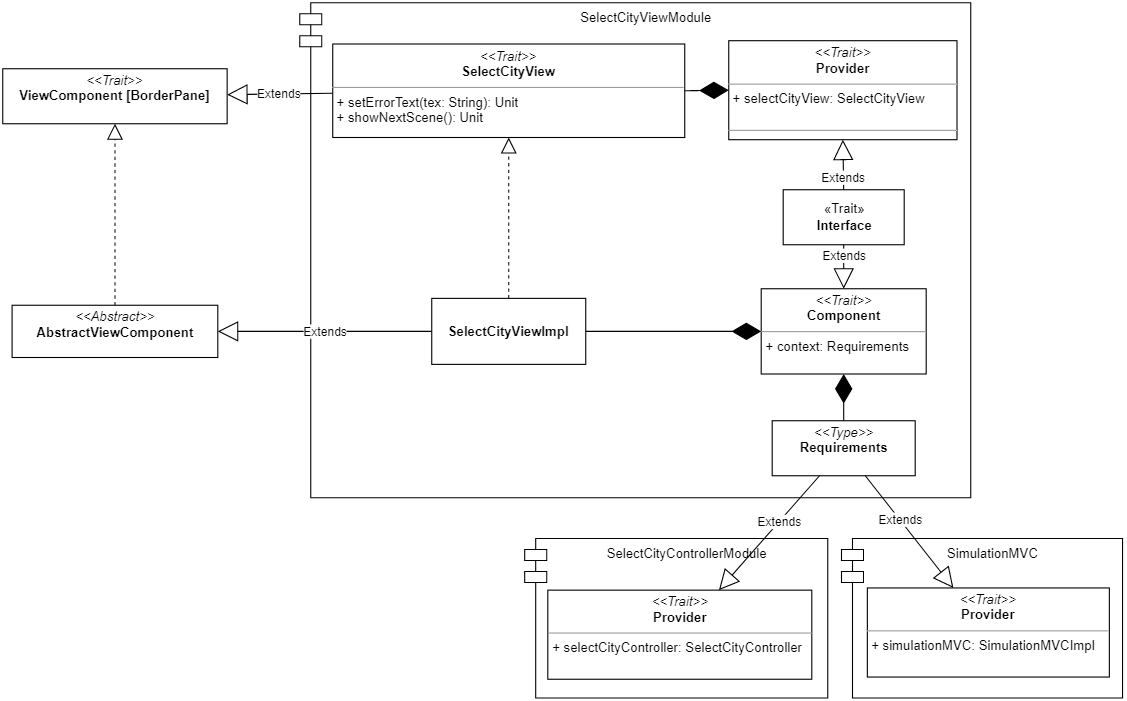
The draw.io diagram docs/img/select_city_view.png in AnnaVitali/PPS-22-smartgh, before a commit. Source tidied: cells renumbered, new cells last; positions are measured from the earlier drawing's top-left corner, leaving out a move shared by most shapes.
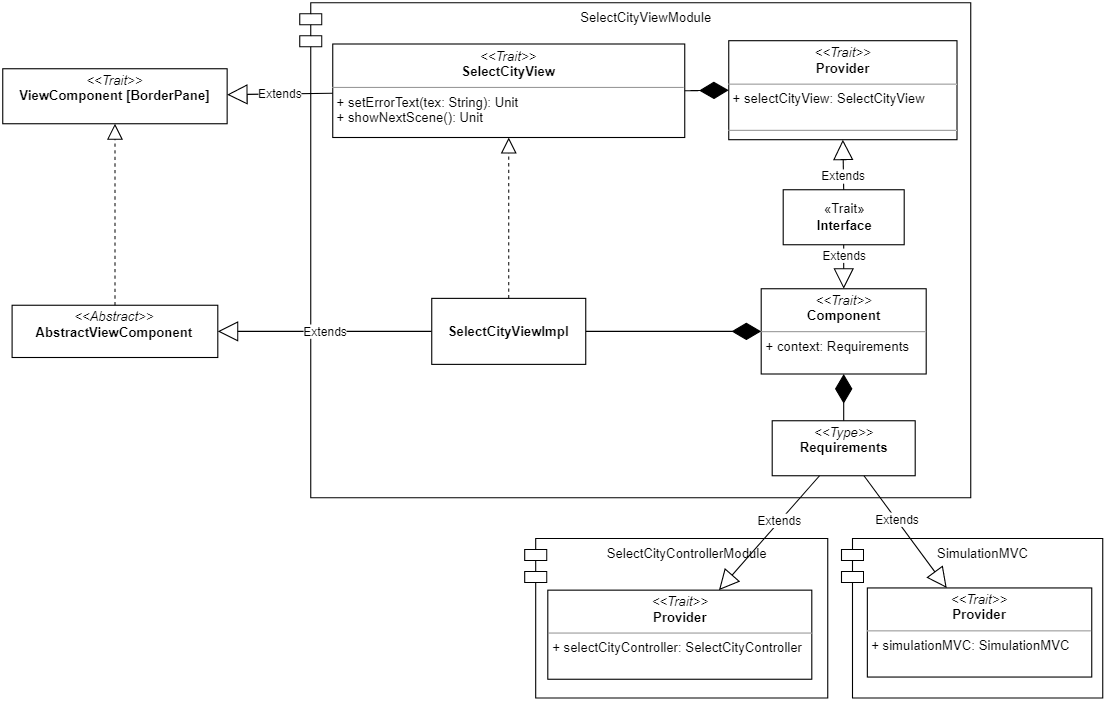
The same file after the commit.

The edit, as a diff of the source:
```diff
@@ -66,10 +66,10 @@
       <mxGeometry x="390" y="268.8" width="140" height="60" as="geometry" />
     </mxCell>
     <mxCell id="23" value="SimulationMVC" style="shape=module;align=left;spacingLeft=20;align=center;verticalAlign=top;fillColor=none;" parent="1" vertex="1">
-      <mxGeometry x="762.5" y="487" width="255.5" height="145" as="geometry" />
+      <mxGeometry x="762.5" y="487" width="237.5" height="145" as="geometry" />
     </mxCell>
-    <mxCell id="24" value="&lt;p style=&quot;margin:0px;margin-top:4px;text-align:center;&quot;&gt;&lt;i&gt;&amp;lt;&amp;lt;Trait&amp;gt;&amp;gt;&lt;/i&gt;&lt;br&gt;&lt;b&gt;Provider&lt;/b&gt;&lt;br&gt;&lt;/p&gt;&lt;hr size=&quot;1&quot;&gt;&lt;p style=&quot;margin:0px;margin-left:4px;&quot;&gt;+ simulationMVC: SimulationMVCImpl&lt;br&gt;&lt;/p&gt;" style="verticalAlign=top;align=left;overflow=fill;fontSize=12;fontFamily=Helvetica;html=1;fillColor=default;" parent="1" vertex="1">
-      <mxGeometry x="786" y="532" width="220" height="81" as="geometry" />
+    <mxCell id="24" value="&lt;p style=&quot;margin:0px;margin-top:4px;text-align:center;&quot;&gt;&lt;i&gt;&amp;lt;&amp;lt;Trait&amp;gt;&amp;gt;&lt;/i&gt;&lt;br&gt;&lt;b&gt;Provider&lt;/b&gt;&lt;br&gt;&lt;/p&gt;&lt;hr size=&quot;1&quot;&gt;&lt;p style=&quot;margin:0px;margin-left:4px;&quot;&gt;+ simulationMVC: SimulationMVC&lt;br&gt;&lt;/p&gt;" style="verticalAlign=top;align=left;overflow=fill;fontSize=12;fontFamily=Helvetica;html=1;fillColor=default;" parent="1" vertex="1">
+      <mxGeometry x="786" y="532" width="204" height="81" as="geometry" />
     </mxCell>
     <mxCell id="25" value="Extends" style="endArrow=block;endSize=16;endFill=0;html=1;rounded=0;" parent="1" edge="1" source="12" target="24">
       <mxGeometry x="-0.2" relative="1" as="geometry" />
```
